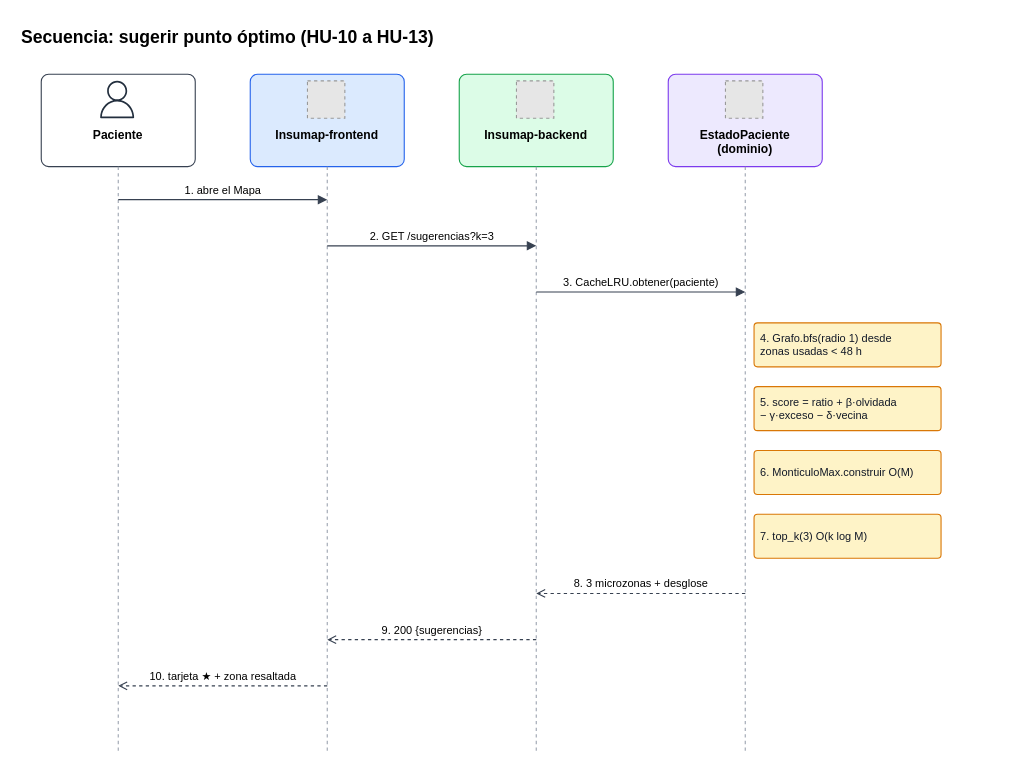
Before: docs/images/seq-sugerencia.drawio in NicoalsD/Insumap-backend, a draw.io diagram. Source tidied: cells renumbered, new cells numbered last; positions are measured from the earlier drawing's top-left corner, leaving out a move shared by most shapes. Both pictures are drawn from the tidied source at 110%, with x=0, y=0 at pixel (19, 19). Pictures stored in the file or linked from it are replaced by grey dashed boxes.
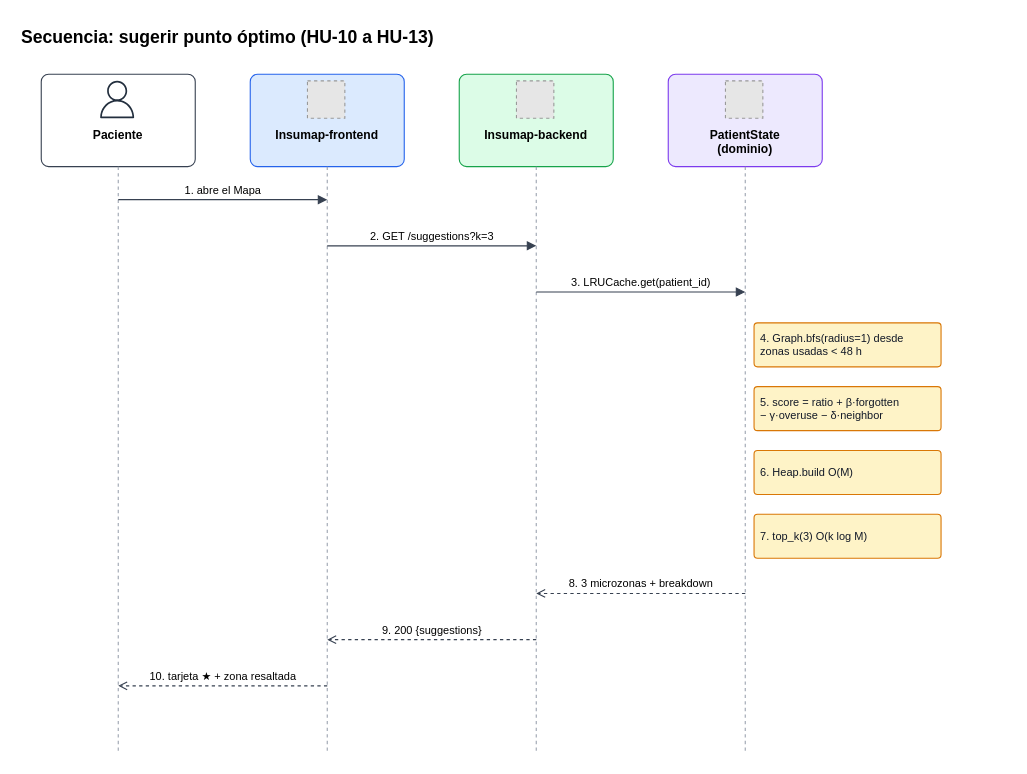
The same page after the edit.

Diff of the diagram source:
```diff
@@
-    <mxCell id="14" value="&lt;b&gt;EstadoPaciente&lt;br&gt;(dominio)&lt;/b&gt;" style="text;html=1;whiteSpace=wrap;fontFamily=Helvetica;fontSize=12;align=left;verticalAlign=top;align=center;fontSize=11;" parent="1" vertex="1">
+    <mxCell id="14" value="&lt;b&gt;PatientState&lt;br&gt;(dominio)&lt;/b&gt;" style="text;html=1;whiteSpace=wrap;fontFamily=Helvetica;fontSize=12;align=left;verticalAlign=top;align=center;fontSize=11;" parent="1" vertex="1">
       <mxGeometry x="590" y="92" width="140" height="38" as="geometry" />
     </mxCell>
@@
-    <mxCell id="20" value="2. GET /sugerencias?k=3" style="html=1;endArrow=block;endFill=1;strokeColor=#374151;fontFamily=Helvetica;fontSize=10;labelBackgroundColor=#FFFFFF;verticalAlign=bottom;" parent="1" edge="1">
+    <mxCell id="20" value="2. GET /suggestions?k=3" style="html=1;endArrow=block;endFill=1;strokeColor=#374151;fontFamily=Helvetica;fontSize=10;labelBackgroundColor=#FFFFFF;verticalAlign=bottom;" parent="1" edge="1">
       <mxGeometry relative="1" as="geometry">
         <mxPoint x="280" y="206" as="sourcePoint" />
         <mxPoint x="470" y="206" as="targetPoint" />
       </mxGeometry>
     </mxCell>
-    <mxCell id="21" value="3. CacheLRU.obtener(paciente)" style="html=1;endArrow=block;endFill=1;strokeColor=#374151;fontFamily=Helvetica;fontSize=10;labelBackgroundColor=#FFFFFF;verticalAlign=bottom;" parent="1" edge="1">
+    <mxCell id="21" value="3. LRUCache.get(patient_id)" style="html=1;endArrow=block;endFill=1;strokeColor=#374151;fontFamily=Helvetica;fontSize=10;labelBackgroundColor=#FFFFFF;verticalAlign=bottom;" parent="1" edge="1">
       <mxGeometry relative="1" as="geometry">
         <mxPoint x="470" y="248" as="sourcePoint" />
         <mxPoint x="660" y="248" as="targetPoint" />
       </mxGeometry>
     </mxCell>
-    <mxCell id="22" value="4. Grafo.bfs(radio 1) desde&lt;br&gt;zonas usadas &lt; 48 h" style="rounded=1;whiteSpace=wrap;html=1;arcSize=8;fillColor=#FEF3C7;strokeColor=#D97706;fontColor=#111827;fontFamily=Helvetica;fontSize=12;fontSize=10;align=left;spacingLeft=4;" parent="1" vertex="1">
+    <mxCell id="22" value="4. Graph.bfs(radius=1) desde&lt;br&gt;zonas usadas &lt; 48 h" style="rounded=1;whiteSpace=wrap;html=1;arcSize=8;fillColor=#FEF3C7;strokeColor=#D97706;fontColor=#111827;fontFamily=Helvetica;fontSize=12;fontSize=10;align=left;spacingLeft=4;" parent="1" vertex="1">
       <mxGeometry x="668" y="276" width="170" height="40" as="geometry" />
     </mxCell>
-    <mxCell id="23" value="5. score = ratio + β·olvidada&lt;br&gt;− γ·exceso − δ·vecina" style="rounded=1;whiteSpace=wrap;html=1;arcSize=8;fillColor=#FEF3C7;strokeColor=#D97706;fontColor=#111827;fontFamily=Helvetica;fontSize=12;fontSize=10;align=left;spacingLeft=4;" parent="1" vertex="1">
+    <mxCell id="23" value="5. score = ratio + β·forgotten&lt;br&gt;− γ·overuse − δ·neighbor" style="rounded=1;whiteSpace=wrap;html=1;arcSize=8;fillColor=#FEF3C7;strokeColor=#D97706;fontColor=#111827;fontFamily=Helvetica;fontSize=12;fontSize=10;align=left;spacingLeft=4;" parent="1" vertex="1">
       <mxGeometry x="668" y="334" width="170" height="40" as="geometry" />
     </mxCell>
-    <mxCell id="24" value="6. MonticuloMax.construir O(M)" style="rounded=1;whiteSpace=wrap;html=1;arcSize=8;fillColor=#FEF3C7;strokeColor=#D97706;fontColor=#111827;fontFamily=Helvetica;fontSize=12;fontSize=10;align=left;spacingLeft=4;" parent="1" vertex="1">
+    <mxCell id="24" value="6. Heap.build O(M)" style="rounded=1;whiteSpace=wrap;html=1;arcSize=8;fillColor=#FEF3C7;strokeColor=#D97706;fontColor=#111827;fontFamily=Helvetica;fontSize=12;fontSize=10;align=left;spacingLeft=4;" parent="1" vertex="1">
       <mxGeometry x="668" y="392" width="170" height="40" as="geometry" />
     </mxCell>
@@
-    <mxCell id="26" value="8. 3 microzonas + desglose" style="html=1;endArrow=block;endFill=1;strokeColor=#374151;fontFamily=Helvetica;fontSize=10;labelBackgroundColor=#FFFFFF;verticalAlign=bottom;dashed=1;endFill=0;endArrow=open;" parent="1" edge="1">
+    <mxCell id="26" value="8. 3 microzonas + breakdown" style="html=1;endArrow=block;endFill=1;strokeColor=#374151;fontFamily=Helvetica;fontSize=10;labelBackgroundColor=#FFFFFF;verticalAlign=bottom;dashed=1;endFill=0;endArrow=open;" parent="1" edge="1">
       <mxGeometry relative="1" as="geometry">
         <mxPoint x="660" y="522" as="sourcePoint" />
         <mxPoint x="470" y="522" as="targetPoint" />
       </mxGeometry>
     </mxCell>
-    <mxCell id="27" value="9. 200 {sugerencias}" style="html=1;endArrow=block;endFill=1;strokeColor=#374151;fontFamily=Helvetica;fontSize=10;labelBackgroundColor=#FFFFFF;verticalAlign=bottom;dashed=1;endFill=0;endArrow=open;" parent="1" edge="1">
+    <mxCell id="27" value="9. 200 {suggestions}" style="html=1;endArrow=block;endFill=1;strokeColor=#374151;fontFamily=Helvetica;fontSize=10;labelBackgroundColor=#FFFFFF;verticalAlign=bottom;dashed=1;endFill=0;endArrow=open;" parent="1" edge="1">
       <mxGeometry relative="1" as="geometry">
         <mxPoint x="470" y="564" as="sourcePoint" />
         <mxPoint x="280" y="564" as="targetPoint" />
       </mxGeometry>
     </mxCell>
```
